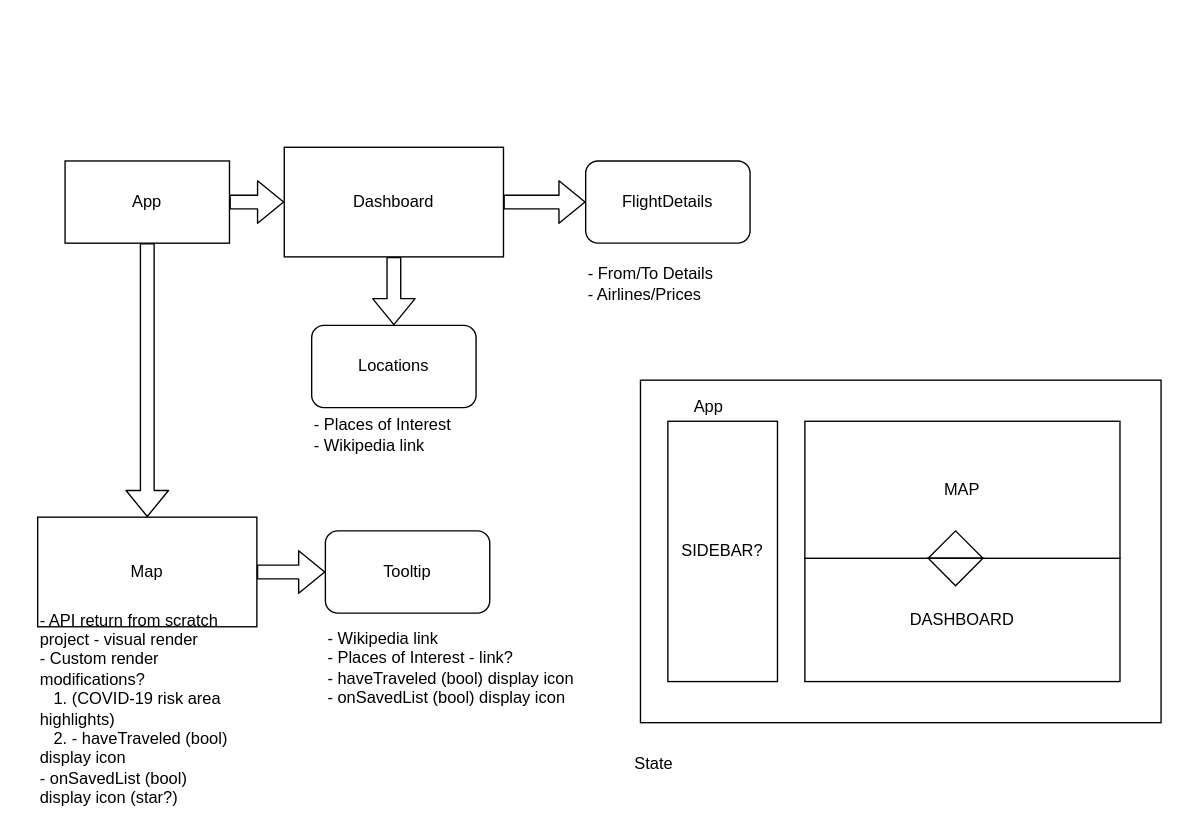
The draw.io diagram AppView.drawio in Axolotl-CS47/Axolotl, before the edit. Source tidied: cells renumbered, new cells numbered last; positions are measured from the earlier drawing's top-left corner, leaving out a move shared by most shapes. Both pictures are drawn from the tidied source at 137%, with x=0, y=0 at pixel (37, 147).
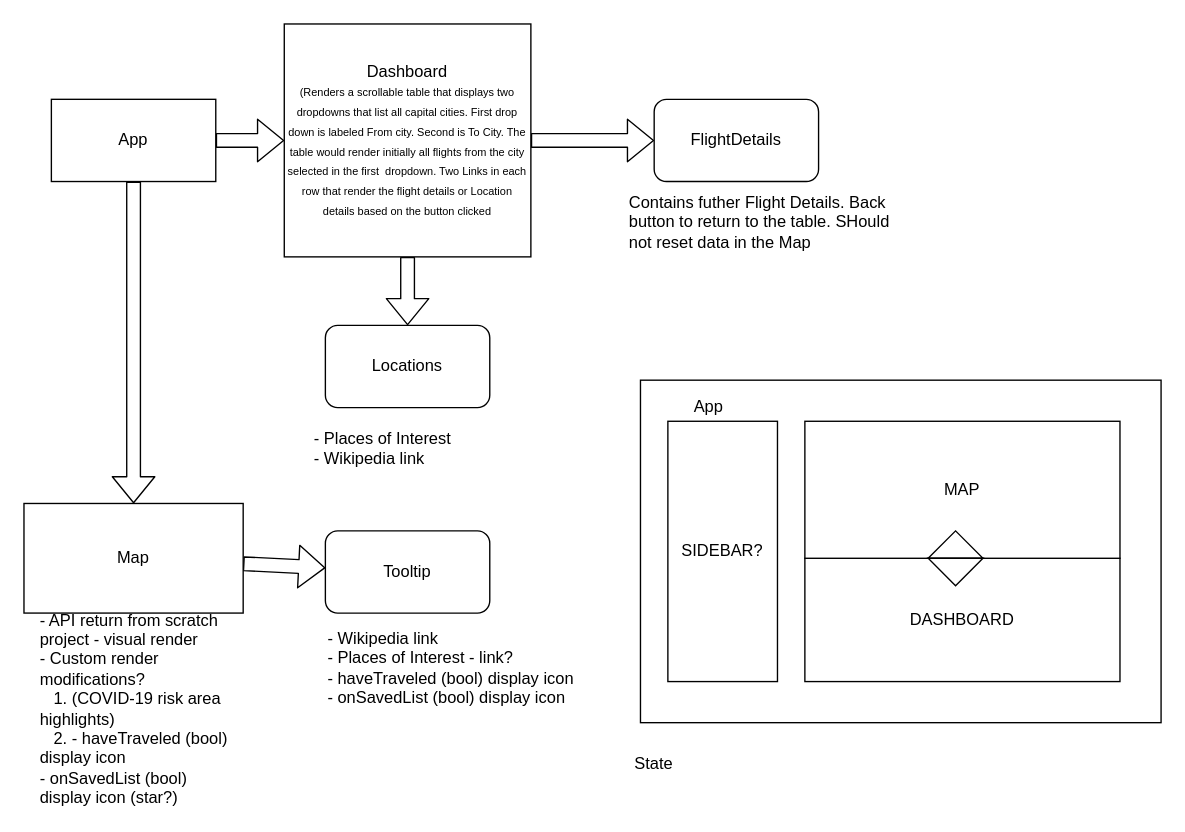
Above is the later version.

Diff of the diagram source:
```diff
@@
     <mxCell id="4" value="App" style="rounded=0;whiteSpace=wrap;html=1;" parent="1" vertex="1">
-      <mxGeometry x="20" y="10" width="120" height="60" as="geometry" />
+      <mxGeometry x="10" y="-35" width="120" height="60" as="geometry" />
     </mxCell>
@@
-    <mxCell id="7" value="Dashboard" style="rounded=0;whiteSpace=wrap;html=1;" parent="1" vertex="1">
-      <mxGeometry x="180" width="160" height="80" as="geometry" />
+    <mxCell id="7" value="Dashboard&lt;br&gt;&lt;font style=&quot;font-size: 8px&quot;&gt;(Renders a scrollable table that displays two dropdowns that list all capital cities. First drop down is labeled From city. Second is To City. The table would render initially all flights from the city selected in the first&amp;nbsp; dropdown. Two Links in each row that render the flight details or Location details based on the button clicked&lt;/font&gt;" style="rounded=0;whiteSpace=wrap;html=1;" parent="1" vertex="1">
+      <mxGeometry x="180" y="-90" width="180" height="170" as="geometry" />
     </mxCell>
@@
     <mxCell id="9" value="FlightDetails" style="rounded=1;whiteSpace=wrap;html=1;" parent="1" vertex="1">
-      <mxGeometry x="400" y="10" width="120" height="60" as="geometry" />
+      <mxGeometry x="450" y="-35" width="120" height="60" as="geometry" />
     </mxCell>
@@
     <mxCell id="11" value="Map" style="rounded=0;whiteSpace=wrap;html=1;" parent="1" vertex="1">
-      <mxGeometry y="270" width="160" height="80" as="geometry" />
+      <mxGeometry x="-10" y="260" width="160" height="80" as="geometry" />
     </mxCell>
     <mxCell id="12" value="Locations" style="rounded=1;whiteSpace=wrap;html=1;" parent="1" vertex="1">
-      <mxGeometry x="200" y="130" width="120" height="60" as="geometry" />
+      <mxGeometry x="210" y="130" width="120" height="60" as="geometry" />
     </mxCell>
@@
-    <mxCell id="15" value="- From/To Details&lt;br&gt;- Airlines/Prices&lt;br&gt;" style="text;html=1;strokeColor=none;fillColor=none;align=left;verticalAlign=middle;whiteSpace=wrap;rounded=0;" parent="1" vertex="1">
-      <mxGeometry x="400" y="70" width="200" height="60" as="geometry" />
+    <mxCell id="15" value="Contains futher Flight Details. Back button to return to the table. SHould not reset data in the Map&amp;nbsp;" style="text;html=1;strokeColor=none;fillColor=none;align=left;verticalAlign=middle;whiteSpace=wrap;rounded=0;" parent="1" vertex="1">
+      <mxGeometry x="430" y="25" width="200" height="60" as="geometry" />
     </mxCell>
     <mxCell id="16" value="- Places of Interest&lt;br&gt;- Wikipedia link&lt;br&gt;" style="text;html=1;strokeColor=none;fillColor=none;align=left;verticalAlign=middle;whiteSpace=wrap;rounded=0;" parent="1" vertex="1">
-      <mxGeometry x="200" y="180" width="200" height="60" as="geometry" />
+      <mxGeometry x="200" y="180" width="160" height="80" as="geometry" />
     </mxCell>
```
